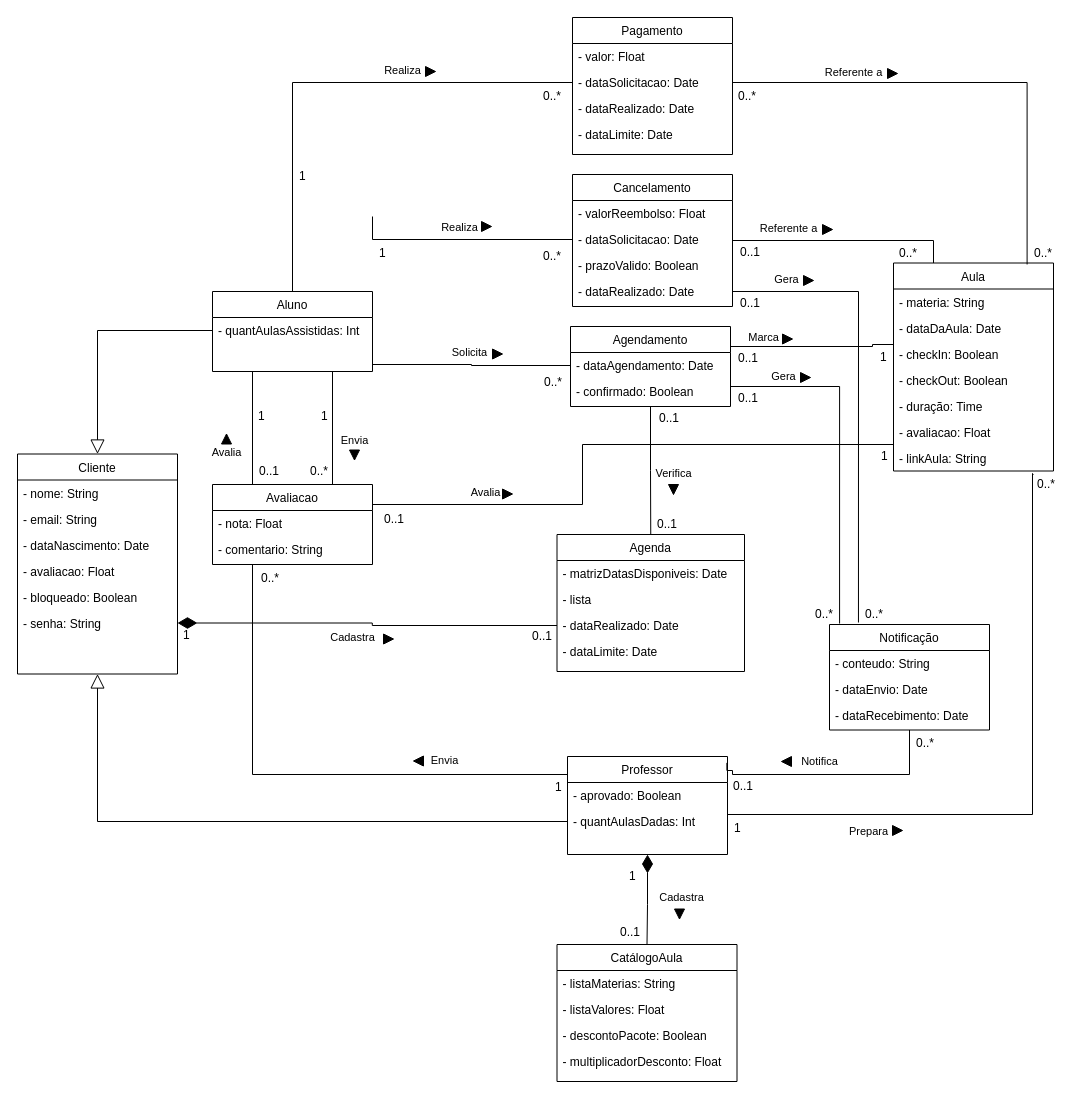
Before: arquivos_editaveis/2_diagrama_classes_dominio/v5/diagramaDeClassesDeDominioEditavel_1019_1902(1).drawio in agleizer/ProjSoft_PRJ, a draw.io diagram. Source tidied: cells renumbered, new cells numbered last; positions are measured from the earlier drawing's top-left corner, leaving out a move shared by most shapes. Both pictures are drawn from the tidied source at 100%, with x=0, y=0 at pixel (17, 17).
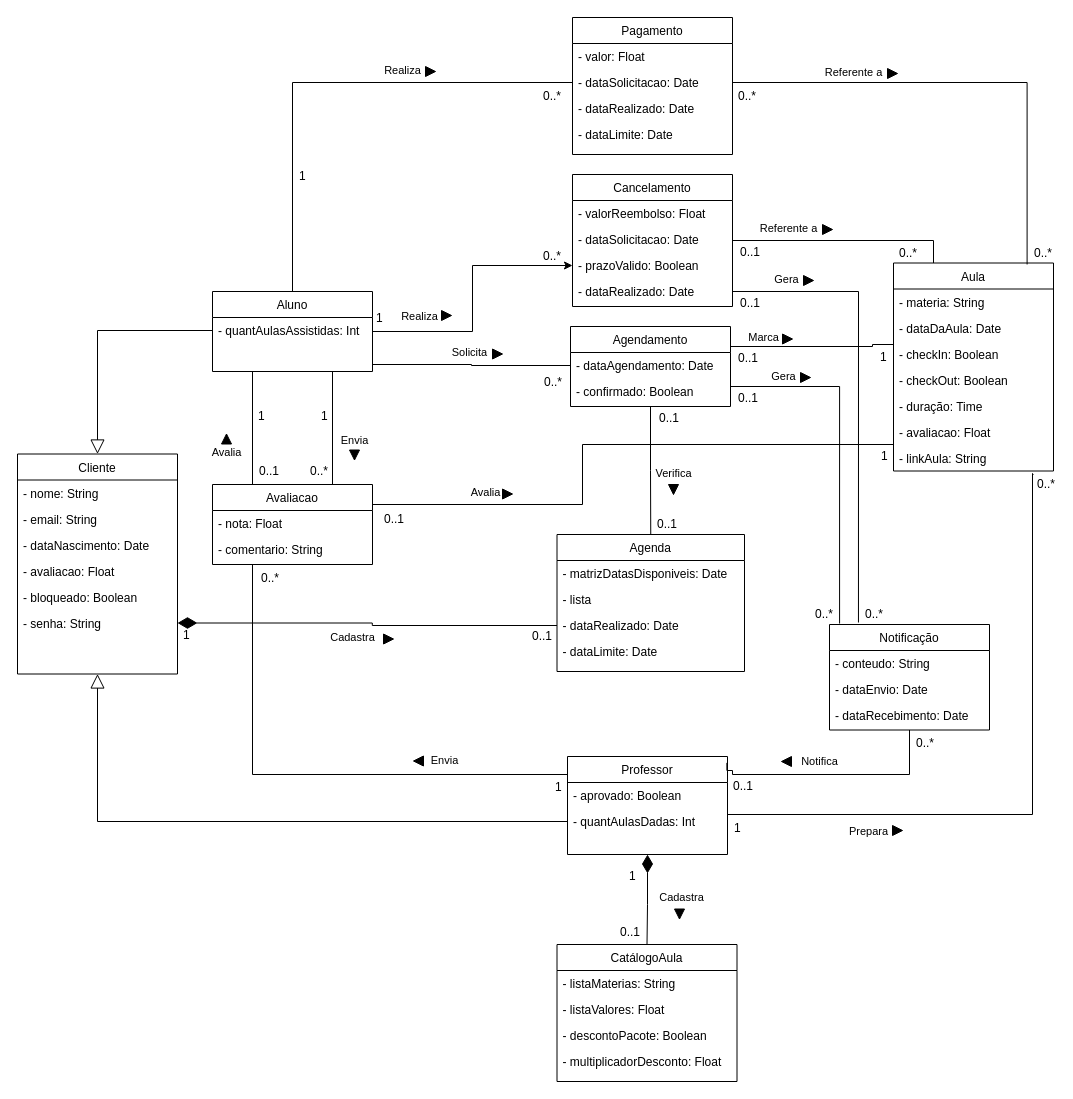
After the change.

The change refers to these unchanged cells:
```xml
<mxCell id="4" value="Aluno" style="swimlane;fontStyle=0;align=center;verticalAlign=top;horizontal=1;startSize=26;rounded=0;shadow=0;strokeWidth=1;" parent="1" vertex="1">
  <mxGeometry x="195" y="274" width="160" height="80" as="geometry" />
</mxCell>
<mxCell id="65" value="- dataSolicitacao: Date" style="text;align=left;verticalAlign=top;spacingLeft=4;spacingRight=4;overflow=hidden;points=[[0,0.5],[1,0.5]];portConstraint=eastwest;" parent="63" vertex="1">
  <mxGeometry y="52" width="160" height="26" as="geometry" />
</mxCell>
<mxCell id="66" value="- prazoValido: Boolean" style="text;align=left;verticalAlign=top;spacingLeft=4;spacingRight=4;overflow=hidden;points=[[0,0.5],[1,0.5]];portConstraint=eastwest;rounded=0;shadow=0;html=0;" parent="63" vertex="1">
  <mxGeometry y="78" width="160" height="26" as="geometry" />
</mxCell>
```

Diff of the diagram source:
```diff
@@
+    <mxCell id="138" style="edgeStyle=orthogonalEdgeStyle;rounded=0;jettySize=auto;html=1;exitX=1;exitY=0.5;exitDx=0;exitDy=0;entryX=0;entryY=0.5;entryDx=0;entryDy=0;" parent="1" edge="1" source="4" target="66">
+      <mxGeometry relative="1" as="geometry" />
+    </mxCell>
@@
     <mxCell id="44" value="1" style="align=left;verticalAlign=bottom;labelBackgroundColor=none;fontSize=12;" parent="1" vertex="1">
-      <mxGeometry x="360" y="244" as="geometry" />
+      <mxGeometry x="357" y="309" as="geometry" />
     </mxCell>
@@
-    <mxCell id="86" style="edgeStyle=orthogonalEdgeStyle;rounded=0;jettySize=auto;html=1;exitX=0;exitY=0.5;exitDx=0;exitDy=0;entryX=1;entryY=0.231;entryDx=0;entryDy=0;endArrow=none;endFill=0;entryPerimeter=0;" parent="1" edge="1" source="65">
-      <mxGeometry relative="1" as="geometry">
-        <mxPoint x="355" y="199" as="targetPoint" />
-        <Array as="points">
-          <mxPoint x="355" y="222" />
-        </Array>
-      </mxGeometry>
-    </mxCell>
@@
     <mxCell id="88" style="triangle;whiteSpace=wrap;html=1;fillColor=#000000;" parent="1" vertex="1">
-      <mxGeometry x="464" y="204" width="10" height="10" as="geometry" />
+      <mxGeometry x="424" y="293" width="10" height="10" as="geometry" />
     </mxCell>
     <mxCell id="89" value="Realiza" style="edgeLabel;html=1;align=center;verticalAlign=middle;" parent="1" vertex="1">
-      <mxGeometry x="446" y="211" as="geometry">
+      <mxGeometry x="406" y="300" as="geometry">
         <mxPoint x="-5" y="-2" as="offset" />
       </mxGeometry>
     </mxCell>
```
